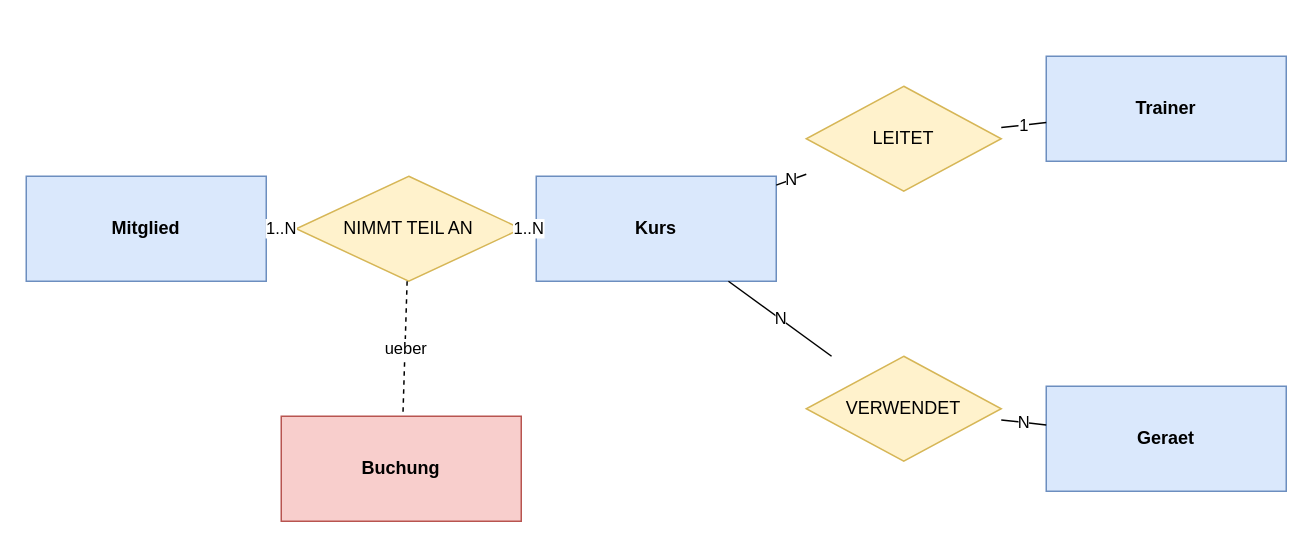
This is KN-M-02/A_konzeptionell/ER-Diagramm.drawio from michaeleaton212/Modul-NoSQL-M165-, a draw.io file, before an edit. Source tidied: cells renumbered, new cells numbered last; positions are measured from the earlier drawing's top-left corner, leaving out a move shared by most shapes. Both pictures are drawn from the tidied source at 150%, with x=0, y=0 at pixel (26, 56).
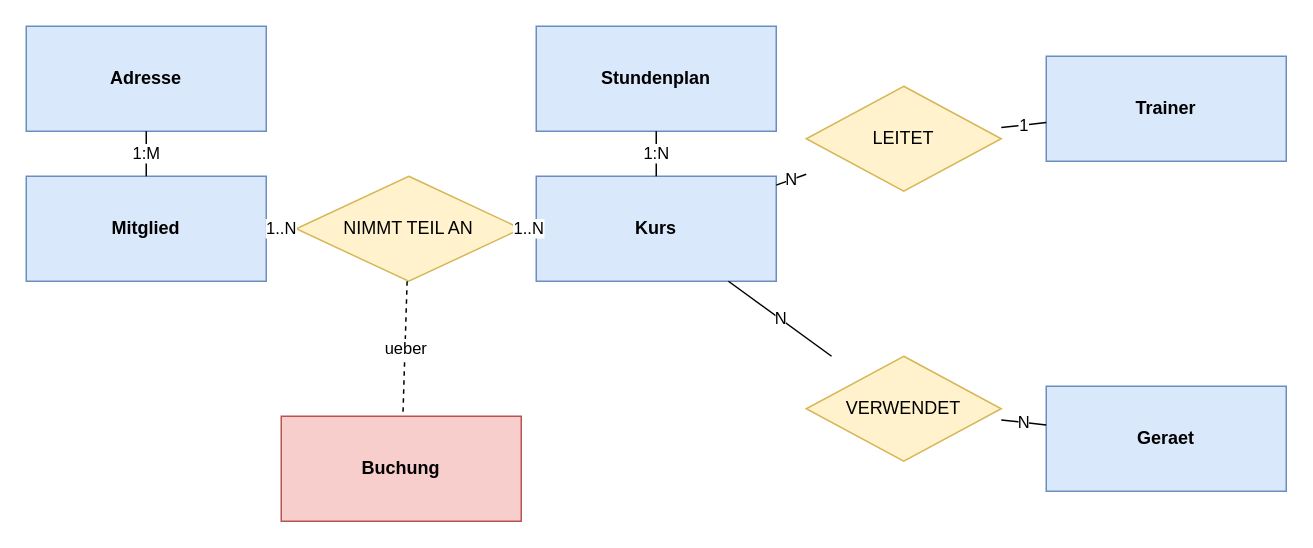
The same diagram, later.

The change refers to these unchanged cells:
```xml
<mxCell id="2" value="Mitglied" style="rounded=0;whiteSpace=wrap;html=1;fillColor=#dae8fc;strokeColor=#6c8ebf;fontStyle=1;" parent="1" vertex="1">
  <mxGeometry y="80" width="160" height="70" as="geometry" />
</mxCell>
<mxCell id="3" value="Kurs" style="rounded=0;whiteSpace=wrap;html=1;fillColor=#dae8fc;strokeColor=#6c8ebf;fontStyle=1;" parent="1" vertex="1">
  <mxGeometry x="340" y="80" width="160" height="70" as="geometry" />
</mxCell>
```

Diff of the diagram source:
```diff
@@
+    <mxCell id="17" value="Adresse" style="rounded=0;whiteSpace=wrap;html=1;fillColor=#dae8fc;strokeColor=#6c8ebf;fontStyle=1;" parent="1" vertex="1">
+      <mxGeometry y="-20" width="160" height="70" as="geometry" />
+    </mxCell>
+    <mxCell id="18" value="Stundenplan" style="rounded=0;whiteSpace=wrap;html=1;fillColor=#dae8fc;strokeColor=#6c8ebf;fontStyle=1;" parent="1" vertex="1">
+      <mxGeometry x="340" y="-20" width="160" height="70" as="geometry" />
+    </mxCell>
@@
+    <mxCell id="19" value="1:M" style="endArrow=none;html=1;rounded=0;" parent="1" edge="1" source="2" target="17">
+      <mxGeometry relative="1" as="geometry" />
+    </mxCell>
+    <mxCell id="20" value="1:N" style="endArrow=none;html=1;rounded=0;" parent="1" edge="1" source="3" target="18">
+      <mxGeometry relative="1" as="geometry" />
+    </mxCell>
```
